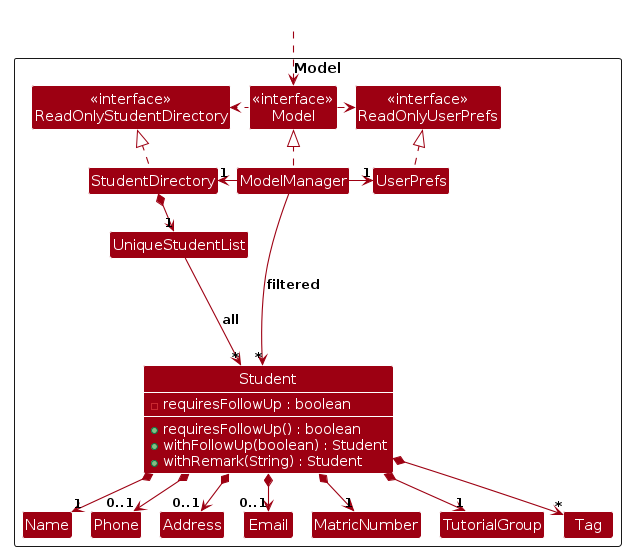
Above: diagrams/ModelClassDiagram.png in AY2627S1-CS2103T-T13-4/tp (PlantUML), before the change. Its source is kept beside it as diagrams/ModelClassDiagram.puml.
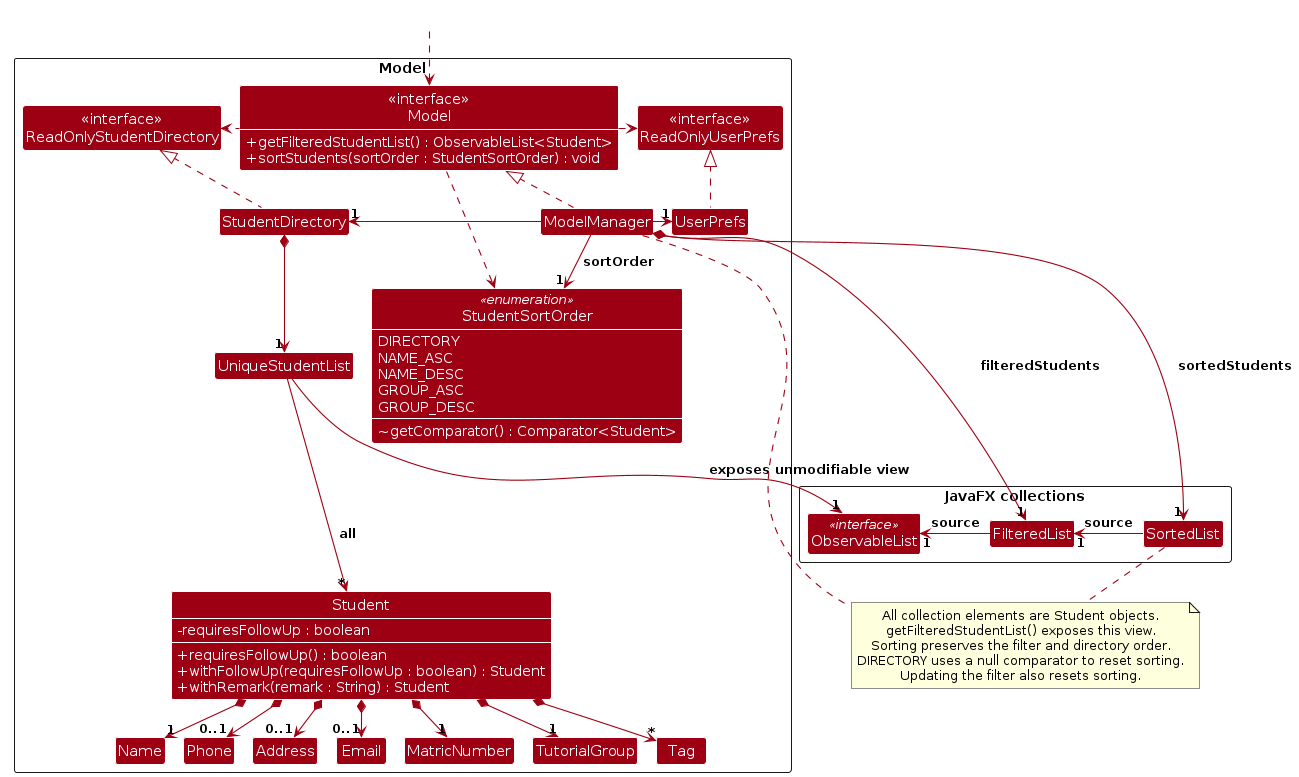
Later version of the same file.

Diff of the diagram source:
```diff
@@ -5,21 +5,36 @@
 skinparam arrowColor MODEL_COLOR
 skinparam classBackgroundColor MODEL_COLOR
 skinparam classAttributeFontColor #FFFFFF
+skinparam classAttributeIconSize 0
 
 Package Model as ModelPackage <<Rectangle>>{
 Class "<<interface>>\nReadOnlyStudentDirectory" as ReadOnlyStudentDirectory
 Class "<<interface>>\nReadOnlyUserPrefs" as ReadOnlyUserPrefs
-Class "<<interface>>\nModel" as Model
+Class "<<interface>>\nModel" as Model {
+  +getFilteredStudentList() : ObservableList<Student>
+  +sortStudents(sortOrder : StudentSortOrder) : void
+}
+show Model methods
 Class StudentDirectory
 Class ModelManager
 Class UserPrefs
+
+enum StudentSortOrder <<enumeration>> {
+  DIRECTORY
+  NAME_ASC
+  NAME_DESC
+  GROUP_ASC
+  GROUP_DESC
+  ~getComparator() : Comparator<Student>
+}
+show StudentSortOrder members
 
 Class UniqueStudentList
 Class Student {
   -requiresFollowUp : boolean
   +requiresFollowUp() : boolean
-  +withFollowUp(boolean) : Student
-  +withRemark(String) : Student
+  +withFollowUp(requiresFollowUp : boolean) : Student
+  +withRemark(remark : String) : Student
 }
 show Student members
 Class Address
@@ -36,6 +51,12 @@
 Class HiddenOutside #FFFFFF
 HiddenOutside ..> Model
 
+package "JavaFX collections" as JavaFxCollections <<Rectangle>> {
+Class "ObservableList" as ObservableStudentList <<interface>>
+Class "FilteredList" as FilteredStudents
+Class "SortedList" as SortedStudents
+}
+
 StudentDirectory .up.|> ReadOnlyStudentDirectory
 
 ModelManager .up.|> Model
@@ -43,10 +64,17 @@
 Model .left.> ReadOnlyStudentDirectory
 ModelManager -left-> "1" StudentDirectory
 ModelManager -right-> "1" UserPrefs
+ModelManager --> "1" StudentSortOrder : sortOrder
+Model ..> StudentSortOrder
 UserPrefs .up.|> ReadOnlyUserPrefs
 
 StudentDirectory *--> "1" UniqueStudentList
 UniqueStudentList --> "*" Student : all
+UniqueStudentList --> "1" ObservableStudentList : exposes unmodifiable view
+ModelManager *--> "1" FilteredStudents : filteredStudents
+ModelManager *--> "1" SortedStudents : sortedStudents
+FilteredStudents -left-> "1" ObservableStudentList : source
+SortedStudents -left-> "1" FilteredStudents : source
 Student *--> "1" Name
 Student *--> "1" MatricNumber
 Student *--> "1" TutorialGroup
@@ -63,5 +91,13 @@
 Phone -[hidden]right-> Address
 Address -[hidden]right-> Email
 
-ModelManager --> "*" Student : filtered
+note as SortingNote
+  All collection elements are Student objects.
+  getFilteredStudentList() exposes this view.
+  Sorting preserves the filter and directory order.
+  DIRECTORY uses a null comparator to reset sorting.
+  Updating the filter also resets sorting.
+end note
+SortedStudents .. SortingNote
+ModelManager .. SortingNote
 @enduml
```
